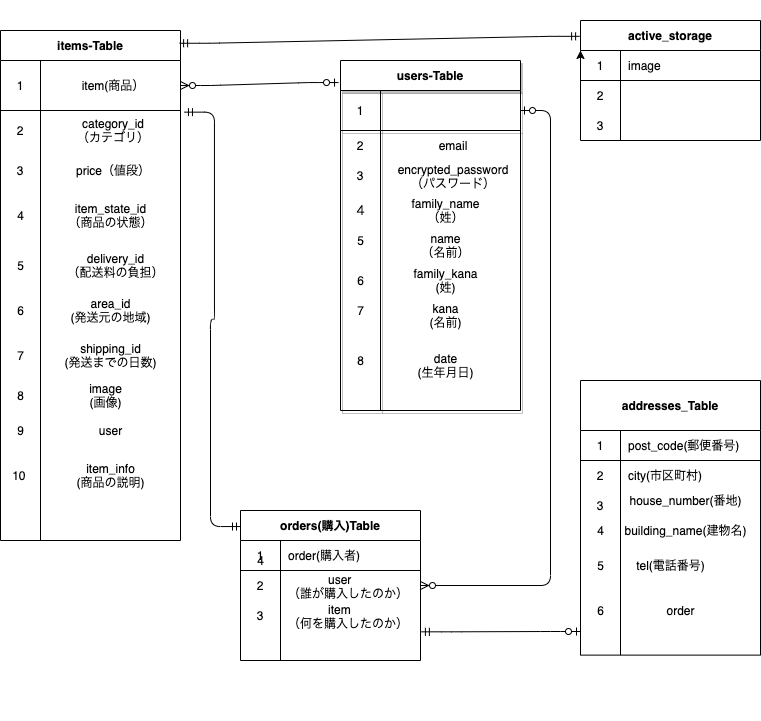
Above: furimaER.drawio.png in makoto07karin/furima-36874 (draw.io), before the change. Source tidied: cells renumbered, new cells last; positions are measured from the earlier drawing's top-left corner, leaving out a move shared by most shapes.
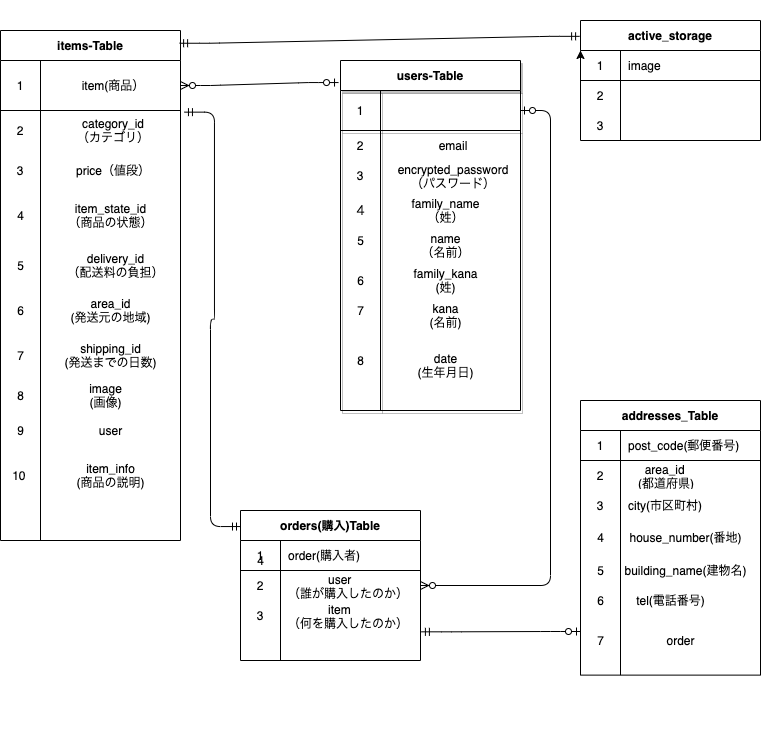
Above is the later version.

Diff of the diagram source:
```diff
@@ -224,16 +224,16 @@
       <mxGeometry x="350" y="350" width="20" height="20" as="geometry" />
     </mxCell>
     <mxCell id="75" style="group;" parent="1" vertex="1">
-      <mxGeometry x="580" y="380" width="180" height="340" as="geometry" />
+      <mxGeometry x="580" y="400" width="180" height="340" as="geometry" />
     </mxCell>
     <mxCell id="76" style="group;" parent="75" vertex="1">
       <mxGeometry width="180" height="340" as="geometry" />
     </mxCell>
-    <mxCell id="77" value="addresses_Table" style="shape=table;startSize=50;rowLines=0;fontStyle=1;align=center;" parent="76" vertex="1">
+    <mxCell id="77" value="addresses_Table" style="shape=table;startSize=30;rowLines=0;fontStyle=1;align=center;" parent="76" vertex="1">
       <mxGeometry width="180" height="274.6" as="geometry" />
     </mxCell>
     <mxCell id="78" style="shape=partialRectangle;html=1;whiteSpace=wrap;fillColor=none;top=0;left=0;bottom=1;right=0;" parent="77" vertex="1">
-      <mxGeometry y="50" width="180" height="30" as="geometry" />
+      <mxGeometry y="30" width="180" height="30" as="geometry" />
     </mxCell>
     <mxCell id="79" value="1" style="shape=partialRectangle;html=1;whiteSpace=wrap;fillColor=none;top=0;left=0;bottom=0;right=0;overflow=hidden;" parent="78" vertex="1">
       <mxGeometry width="40" height="30" as="geometry" />
@@ -242,47 +242,50 @@
       <mxGeometry x="40" width="140" height="30" as="geometry" />
     </mxCell>
     <mxCell id="81" style="shape=partialRectangle;html=1;whiteSpace=wrap;fillColor=none;top=0;left=0;bottom=0;right=0;" parent="77" vertex="1">
-      <mxGeometry y="80" width="180" height="30" as="geometry" />
+      <mxGeometry y="60" width="180" height="30" as="geometry" />
     </mxCell>
     <mxCell id="82" value="2" style="shape=partialRectangle;html=1;whiteSpace=wrap;fillColor=none;top=0;left=0;bottom=0;right=0;overflow=hidden;" parent="81" vertex="1">
       <mxGeometry width="40" height="30" as="geometry" />
     </mxCell>
-    <mxCell id="83" value="&lt;span&gt;city(市区町村)&lt;/span&gt;" style="shape=partialRectangle;html=1;whiteSpace=wrap;fillColor=none;top=0;left=0;bottom=0;right=0;align=left;spacingLeft=6;overflow=hidden;" parent="81" vertex="1">
+    <mxCell id="83" value="&amp;nbsp; &amp;nbsp; &amp;nbsp;area_id&lt;br&gt;&amp;nbsp; &amp;nbsp;(都道府県)" style="shape=partialRectangle;html=1;whiteSpace=wrap;fillColor=none;top=0;left=0;bottom=0;right=0;align=left;spacingLeft=6;overflow=hidden;" parent="81" vertex="1">
       <mxGeometry x="40" width="140" height="30" as="geometry" />
     </mxCell>
     <mxCell id="84" style="shape=partialRectangle;html=1;whiteSpace=wrap;fillColor=none;top=0;left=0;bottom=0;right=0;" parent="77" vertex="1">
-      <mxGeometry y="110" width="180" height="30" as="geometry" />
+      <mxGeometry y="90" width="180" height="30" as="geometry" />
     </mxCell>
     <mxCell id="85" value="3" style="shape=partialRectangle;html=1;whiteSpace=wrap;fillColor=none;top=0;left=0;bottom=0;right=0;overflow=hidden;" parent="84" vertex="1">
       <mxGeometry width="40" height="30" as="geometry" />
     </mxCell>
-    <mxCell id="86" style="shape=partialRectangle;html=1;whiteSpace=wrap;fillColor=none;top=0;left=0;bottom=0;right=0;align=left;spacingLeft=6;overflow=hidden;" parent="84" vertex="1">
+    <mxCell id="86" value="city(市区町村)" style="shape=partialRectangle;html=1;whiteSpace=wrap;fillColor=none;top=0;left=0;bottom=0;right=0;align=left;spacingLeft=6;overflow=hidden;" parent="84" vertex="1">
       <mxGeometry x="40" width="140" height="30" as="geometry" />
     </mxCell>
     <mxCell id="87" value="house_number(番地)" style="text;html=1;align=center;verticalAlign=middle;strokeColor=none;" parent="76" vertex="1">
-      <mxGeometry x="40" y="110" width="130" height="20" as="geometry" />
+      <mxGeometry x="40" y="127.3" width="130" height="20" as="geometry" />
     </mxCell>
     <mxCell id="88" value="building_name(建物名)" style="text;html=1;align=center;verticalAlign=middle;strokeColor=none;" parent="76" vertex="1">
-      <mxGeometry x="35" y="140" width="140" height="20" as="geometry" />
+      <mxGeometry x="35" y="160" width="140" height="20" as="geometry" />
     </mxCell>
     <mxCell id="89" value="tel(電話番号)" style="text;html=1;align=center;verticalAlign=middle;strokeColor=none;" parent="76" vertex="1">
-      <mxGeometry x="50" y="175" width="80" height="20" as="geometry" />
+      <mxGeometry x="50" y="190" width="80" height="20" as="geometry" />
     </mxCell>
     <mxCell id="90" value="4" style="text;html=1;align=center;verticalAlign=middle;strokeColor=none;" parent="76" vertex="1">
-      <mxGeometry x="10" y="140" width="20" height="20" as="geometry" />
+      <mxGeometry x="10" y="127.3" width="20" height="20" as="geometry" />
     </mxCell>
     <mxCell id="91" value="5" style="text;html=1;align=center;verticalAlign=middle;strokeColor=none;" parent="76" vertex="1">
-      <mxGeometry x="10" y="174.5" width="20" height="20" as="geometry" />
+      <mxGeometry x="10" y="160" width="20" height="20" as="geometry" />
     </mxCell>
     <mxCell id="92" value="6" style="text;html=1;align=center;verticalAlign=middle;strokeColor=none;" parent="76" vertex="1">
-      <mxGeometry x="10" y="220" width="20" height="20" as="geometry" />
+      <mxGeometry x="10" y="190" width="20" height="20" as="geometry" />
     </mxCell>
+    <mxCell id="94" value="&lt;br&gt;" style="text;html=1;align=center;verticalAlign=middle;strokeColor=none;" parent="75" vertex="1">
+      <mxGeometry x="140" y="170" width="20" height="20" as="geometry" />
+    </mxCell>
+    <mxCell id="96" value="7" style="text;html=1;align=center;verticalAlign=middle;strokeColor=none;" parent="75" vertex="1">
+      <mxGeometry x="10" y="230" width="20" height="20" as="geometry" />
+    </mxCell>
-    <mxCell id="93" value="order" style="text;html=1;align=center;verticalAlign=middle;strokeColor=none;" parent="76" vertex="1">
-      <mxGeometry x="80" y="220" width="40" height="20" as="geometry" />
+    <mxCell id="93" value="order" style="text;html=1;align=center;verticalAlign=middle;strokeColor=none;" parent="75" vertex="1">
+      <mxGeometry x="80" y="230" width="40" height="20" as="geometry" />
     </mxCell>
-    <mxCell id="94" value="&lt;br&gt;" style="text;html=1;align=center;verticalAlign=middle;strokeColor=none;" parent="75" vertex="1">
-      <mxGeometry x="140" y="170" width="20" height="20" as="geometry" />
-    </mxCell>
     <mxCell id="95" style="edgeStyle=entityRelationEdgeStyle;fontSize=12;html=1;endArrow=ERmandOne;startArrow=ERmandOne;entryX=1.022;entryY=1.033;entryDx=0;entryDy=0;entryPerimeter=0;exitX=0;exitY=0.107;exitDx=0;exitDy=0;exitPerimeter=0;" parent="1" edge="1" source="33" target="46">
       <mxGeometry relative="1" as="geometry" />
     </mxCell>
```
